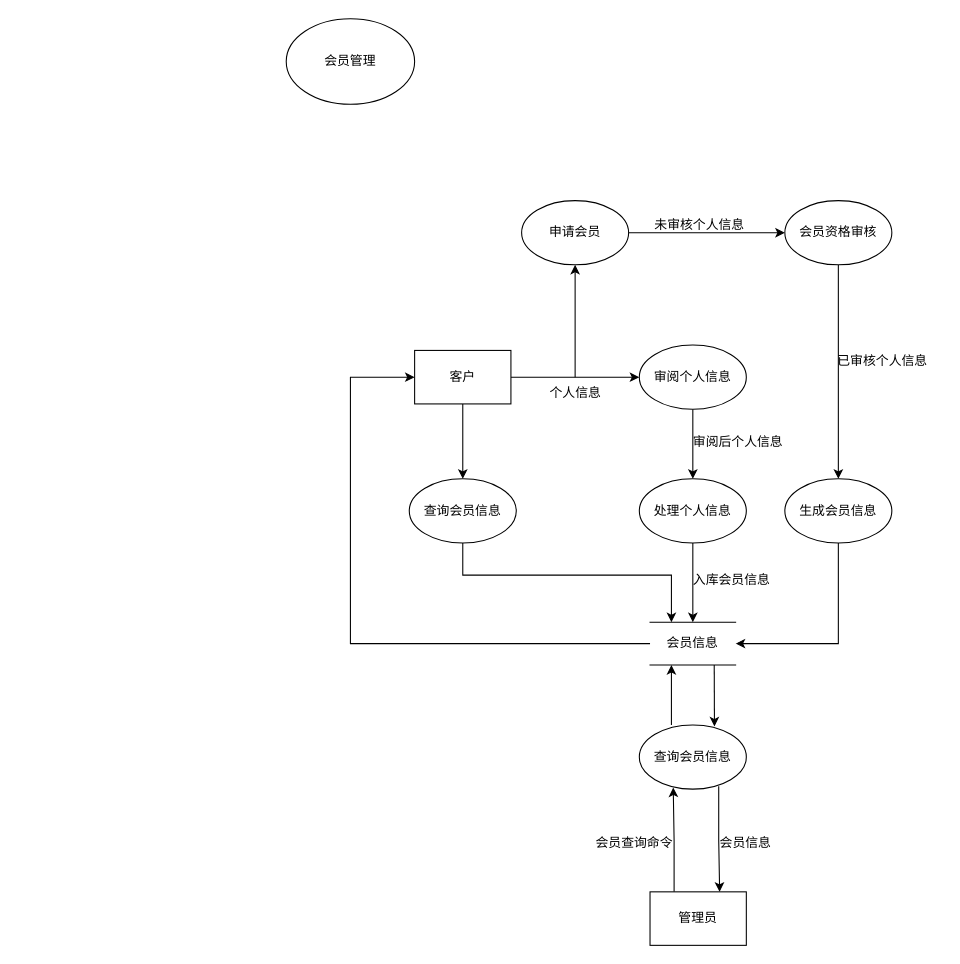
The draw.io diagram page "第二层（会员管理系统）" (6 of 9) of 功能建模/数据流图.drawio in Software-Engineering-Group-sophomore/SDUWH-2023-SE-DS-Work1-Remake, before the edit. Source tidied: cells renumbered, new cells numbered last; positions are measured from the earlier drawing's top-left corner, leaving out a move shared by most shapes. Both pictures are drawn from the tidied source at 107%, with x=0, y=0 at pixel (286, 18).
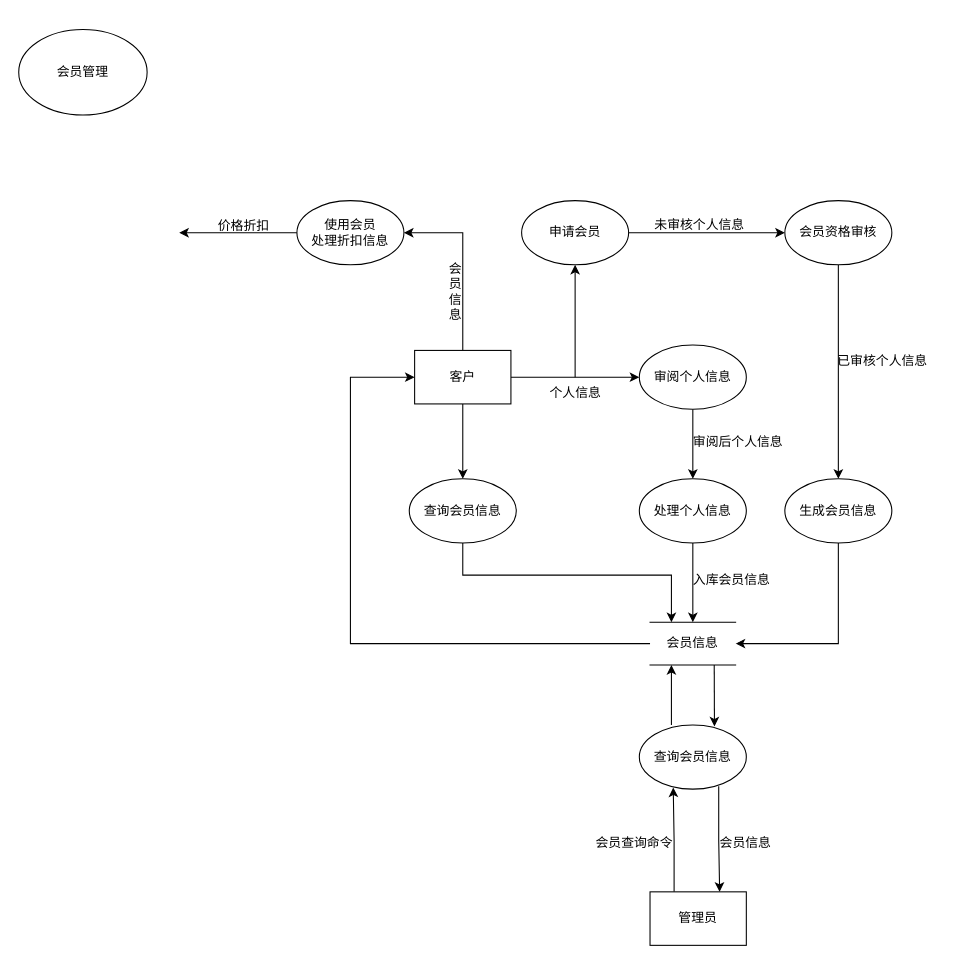
The same diagram, later.

The change refers to these unchanged cells:
```xml
<mxCell id="8" value="客户" style="rounded=0;whiteSpace=wrap;html=1;" parent="1" vertex="1">
  <mxGeometry x="120" y="310" width="90" height="50" as="geometry" />
</mxCell>
```

The edit, as a diff of the source:
```diff
@@
     <mxCell id="2" value="&lt;p class=&quot;MsoNormal&quot;&gt;会员管理&lt;/p&gt;" style="ellipse;whiteSpace=wrap;html=1;" parent="1" vertex="1">
-      <mxGeometry width="120" height="80" as="geometry" />
+      <mxGeometry x="-250" y="10" width="120" height="80" as="geometry" />
     </mxCell>
@@
+    <mxCell id="34" style="edgeStyle=orthogonalEdgeStyle;rounded=0;jettySize=auto;html=1;entryX=1;entryY=0.5;entryDx=0;entryDy=0;exitX=0.5;exitY=0;exitDx=0;exitDy=0;" parent="1" edge="1" source="8" target="36">
+      <mxGeometry relative="1" as="geometry" />
+    </mxCell>
@@
+    <mxCell id="35" style="edgeStyle=orthogonalEdgeStyle;rounded=0;jettySize=auto;html=1;" parent="1" edge="1" source="36">
+      <mxGeometry relative="1" as="geometry">
+        <mxPoint x="-100" y="200" as="targetPoint" />
+      </mxGeometry>
+    </mxCell>
+    <mxCell id="36" value="使用会员&lt;br&gt;处理折扣信息" style="ellipse;whiteSpace=wrap;html=1;" parent="1" vertex="1">
+      <mxGeometry x="10" y="170" width="100" height="60" as="geometry" />
+    </mxCell>
+    <mxCell id="37" value="会&lt;br&gt;员&lt;br&gt;信&lt;br&gt;息" style="text;html=1;align=center;verticalAlign=middle;strokeColor=none;fillColor=none;" parent="1" vertex="1">
+      <mxGeometry x="138" y="220" width="40" height="70" as="geometry" />
+    </mxCell>
+    <mxCell id="38" value="价格折扣" style="text;html=1;align=center;verticalAlign=middle;strokeColor=none;fillColor=none;" parent="1" vertex="1">
+      <mxGeometry x="-75" y="179" width="70" height="30" as="geometry" />
+    </mxCell>
```
